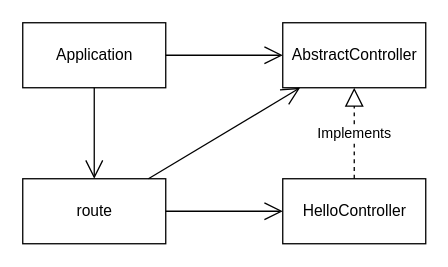
next-skill/design-patterns-samples keeps this draw.io diagram as delegation/class-diagram.drawio. Above is the earlier version. Source tidied: cells renumbered, new cells numbered last; positions are measured from the earlier drawing's top-left corner, leaving out a move shared by most shapes. Both pictures are drawn from the tidied source at 130%, with x=0, y=0 at pixel (22, 22).
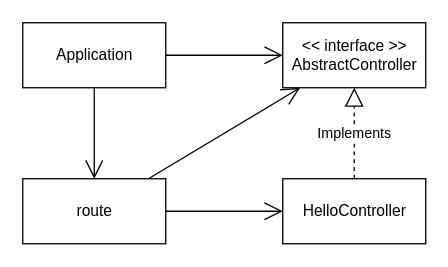
The same diagram, later.

Commit message (it also covers changes not shown here):
Add class diagram

Change to the diagram source:
```diff
@@
 <mxGraphModel>
   <root>
     <mxCell id="0" />
     <mxCell id="1" parent="0" />
     <mxCell id="2" value="Application" style="html=1;" parent="1" vertex="1">
       <mxGeometry width="110" height="50" as="geometry" />
     </mxCell>
     <mxCell id="3" value="route" style="html=1;" parent="1" vertex="1">
       <mxGeometry y="120" width="110" height="50" as="geometry" />
     </mxCell>
-    <mxCell id="4" value="AbstractController" style="html=1;" parent="1" vertex="1">
+    <mxCell id="4" value="&amp;lt;&amp;lt; interface &amp;gt;&amp;gt;&lt;br&gt;AbstractController" style="html=1;" parent="1" vertex="1">
       <mxGeometry x="200" width="110" height="50" as="geometry" />
     </mxCell>
     <mxCell id="5" value="HelloController" style="html=1;" parent="1" vertex="1">
       <mxGeometry x="200" y="120" width="110" height="50" as="geometry" />
     </mxCell>
     <mxCell id="6" style="endArrow=open;endFill=1;endSize=12;html=1;exitX=1;exitY=0.5;exitDx=0;exitDy=0;entryX=0;entryY=0.5;entryDx=0;entryDy=0;" parent="1" edge="1" source="2" target="4">
       <mxGeometry relative="1" as="geometry" />
     </mxCell>
     <mxCell id="7" style="endArrow=open;endFill=1;endSize=12;html=1;exitX=0.5;exitY=1;exitDx=0;exitDy=0;entryX=0.5;entryY=0;entryDx=0;entryDy=0;" parent="1" edge="1" source="2" target="3">
       <mxGeometry relative="1" as="geometry" />
     </mxCell>
     <mxCell id="8" style="endArrow=open;endFill=1;endSize=12;html=1;" parent="1" edge="1" source="3" target="4">
       <mxGeometry relative="1" as="geometry" />
     </mxCell>
     <mxCell id="9" style="endArrow=open;endFill=1;endSize=12;html=1;" parent="1" edge="1" source="3" target="5">
       <mxGeometry relative="1" as="geometry" />
     </mxCell>
     <mxCell id="10" value="Implements" style="endArrow=block;dashed=1;endFill=0;endSize=12;html=1;entryX=0.5;entryY=1;entryDx=0;entryDy=0;exitX=0.5;exitY=0;exitDx=0;exitDy=0;" parent="1" edge="1" source="5" target="4">
       <mxGeometry relative="1" as="geometry" />
     </mxCell>
   </root>
 </mxGraphModel>
```
